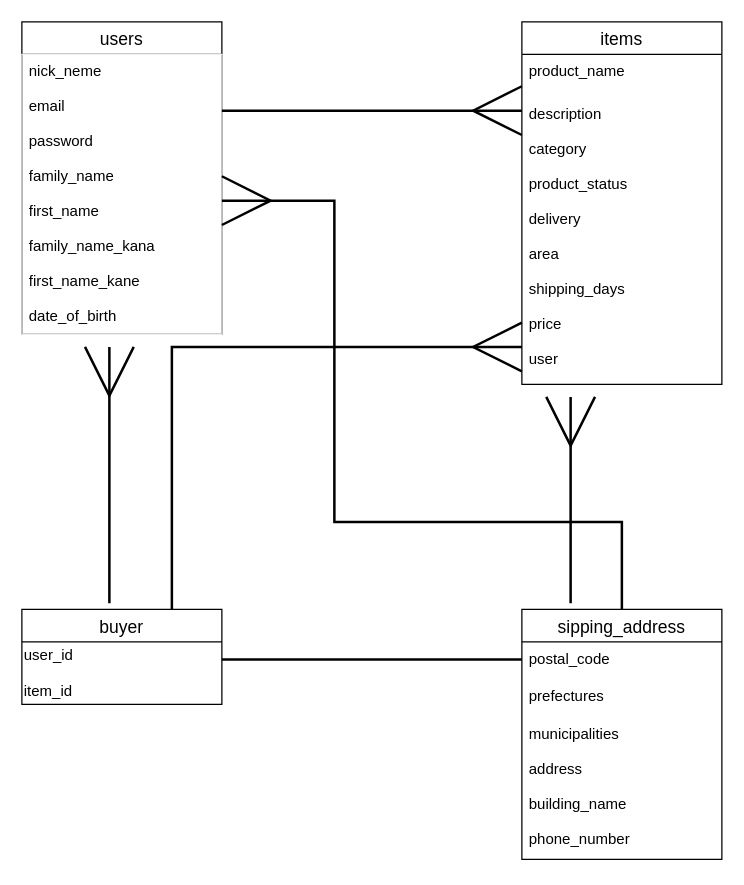
This is er.dio from nikumiso213/furima-30560, a draw.io file, before an edit. Source tidied: cells renumbered, new cells numbered last; positions are measured from the earlier drawing's top-left corner, leaving out a move shared by most shapes. Both pictures are drawn from the tidied source at 125%, with x=0, y=0 at pixel (21, 21).
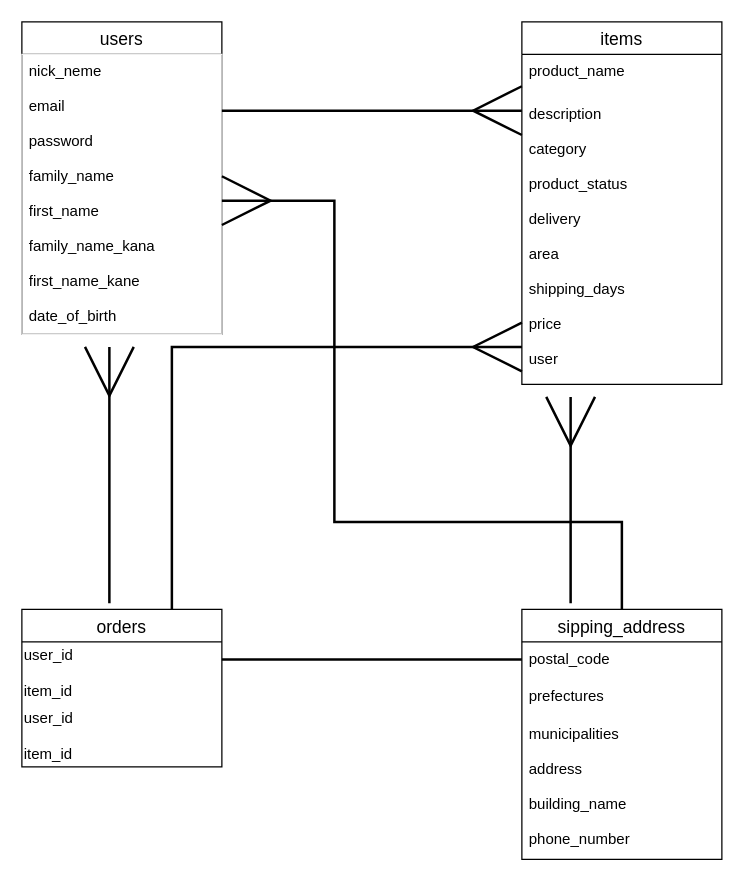
The same page after the edit.

What changed in the source:
```diff
@@
-    <mxCell id="10" value="buyer" style="swimlane;fontStyle=0;horizontal=1;startSize=26;align=center;fontSize=14;" parent="1" vertex="1">
-      <mxGeometry y="470" width="160" height="76" as="geometry" />
+    <mxCell id="10" value="orders" style="swimlane;fontStyle=0;horizontal=1;startSize=26;align=center;fontSize=14;" parent="1" vertex="1">
+      <mxGeometry y="470" width="160" height="126" as="geometry" />
     </mxCell>
@@
+    <mxCell id="19" value="user_id&lt;br&gt;&lt;br&gt;&lt;div&gt;&lt;span&gt;item_id&lt;/span&gt;&lt;/div&gt;" style="text;html=1;align=left;verticalAlign=middle;" parent="10" vertex="1">
+      <mxGeometry y="76" width="160" height="50" as="geometry" />
+    </mxCell>
```
